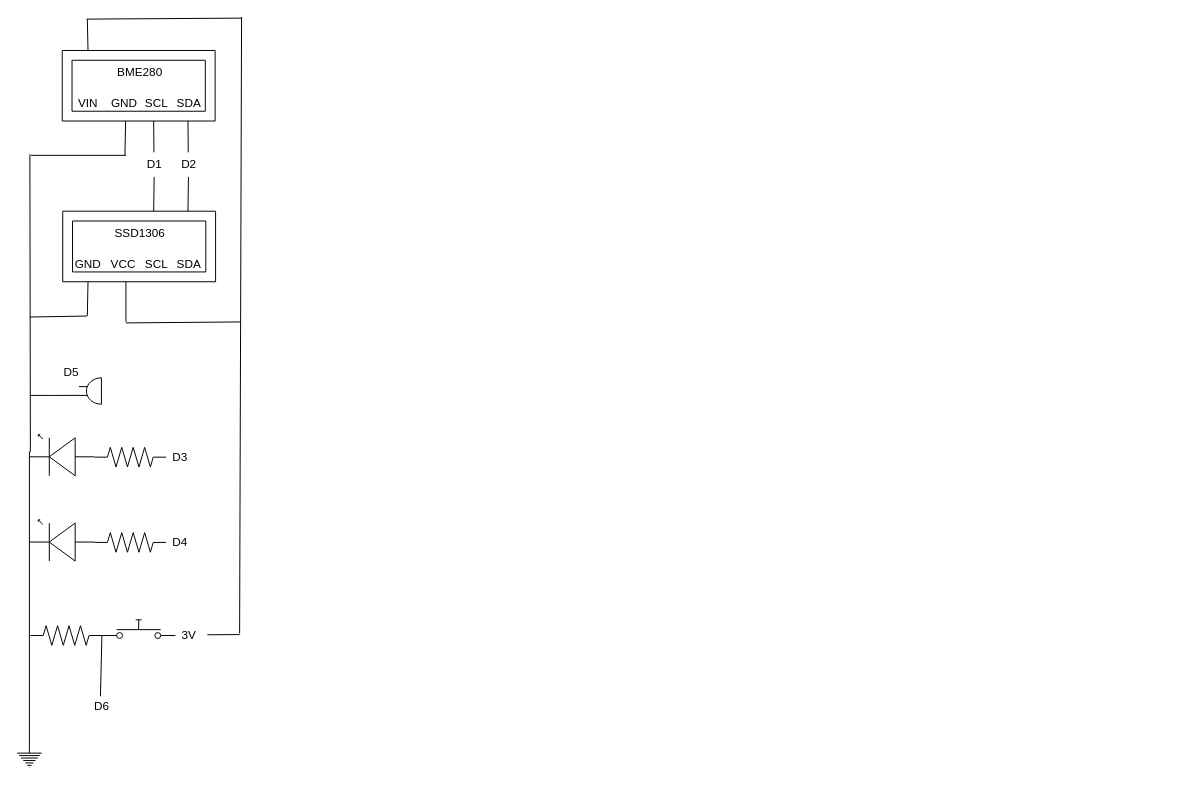
The draw.io diagram TP1_Thais.drawio in ThaisTassinari/Draw, before the edit. Source tidied: cells renumbered, new cells numbered last; positions are measured from the earlier drawing's top-left corner, leaving out a move shared by most shapes. Both pictures are drawn from the tidied source at 98%, with x=0, y=0 at pixel (17, 17).
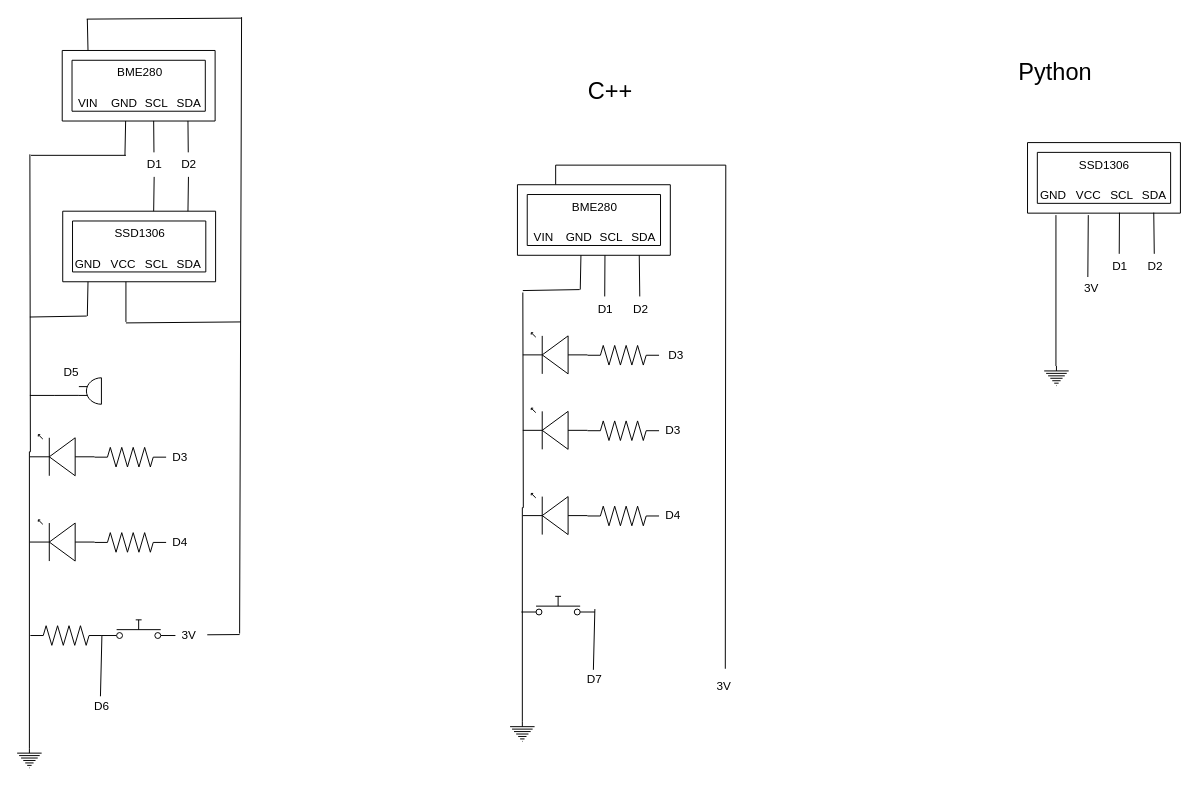
Above is the later version.

The edit, as a diff of the source:
```diff
@@
+    <mxCell id="46" style="verticalLabelPosition=bottom;shadow=0;dashed=0;align=center;html=1;verticalAlign=top;shape=mxgraph.electrical.resistors.resistor_2;" parent="1" vertex="1">
+      <mxGeometry x="582" y="412" width="73" height="20" as="geometry" />
+    </mxCell>
+    <mxCell id="47" style="verticalLabelPosition=bottom;shadow=0;dashed=0;align=center;html=1;verticalAlign=top;shape=mxgraph.electrical.resistors.resistor_2;" parent="1" vertex="1">
+      <mxGeometry x="582" y="499" width="73" height="20" as="geometry" />
+    </mxCell>
+    <mxCell id="48" style="edgeStyle=orthogonalEdgeStyle;rounded=0;jettySize=auto;html=1;endArrow=none;endFill=0;" parent="1" edge="1" source="49">
+      <mxGeometry relative="1" as="geometry">
+        <mxPoint x="516" y="281" as="targetPoint" />
+      </mxGeometry>
+    </mxCell>
+    <mxCell id="49" style="verticalLabelPosition=bottom;shadow=0;dashed=0;align=center;html=1;verticalAlign=top;shape=mxgraph.electrical.signal_sources.protective_earth;" parent="1" vertex="1">
+      <mxGeometry x="503" y="719" width="25" height="20" as="geometry" />
+    </mxCell>
+    <mxCell id="50" style="verticalLabelPosition=bottom;shadow=0;dashed=0;align=center;html=1;verticalAlign=top;shape=mxgraph.electrical.opto_electronics.led_1;flipH=1;" parent="1" vertex="1">
+      <mxGeometry x="516" y="399" width="66" height="42" as="geometry" />
+    </mxCell>
+    <mxCell id="51" style="verticalLabelPosition=bottom;shadow=0;dashed=0;align=center;html=1;verticalAlign=top;shape=mxgraph.electrical.opto_electronics.led_1;flipH=1;" parent="1" vertex="1">
+      <mxGeometry x="516" y="486" width="66" height="42" as="geometry" />
+    </mxCell>
+    <mxCell id="52" style="html=1;shape=mxgraph.electrical.electro-mechanical.pushbutton;elSwitchState=off;" parent="1" vertex="1">
+      <mxGeometry x="514.5" y="591" width="75" height="20" as="geometry" />
+    </mxCell>
+    <mxCell id="53" style="verticalLabelPosition=bottom;verticalAlign=top;html=1;shape=mxgraph.basic.frame;dx=10;whiteSpace=wrap;" parent="1" vertex="1">
+      <mxGeometry x="1031" y="128" width="156" height="72" as="geometry" />
+    </mxCell>
+    <mxCell id="54" value="SSD1306" style="text;html=1;align=center;verticalAlign=middle;strokeColor=none;fillColor=none;" parent="1" vertex="1">
+      <mxGeometry x="1074.5" y="138" width="69" height="26" as="geometry" />
+    </mxCell>
+    <mxCell id="55" value="GND" style="text;html=1;align=center;verticalAlign=middle;strokeColor=none;fillColor=none;" parent="1" vertex="1">
+      <mxGeometry x="1034" y="169" width="45" height="26" as="geometry" />
+    </mxCell>
+    <mxCell id="56" style="rounded=0;jettySize=auto;html=1;endArrow=none;endFill=0;entryX=0.41;entryY=0.045;entryDx=0;entryDy=0;entryPerimeter=0;" parent="1" edge="1" target="89">
+      <mxGeometry relative="1" as="geometry">
+        <mxPoint x="1093" y="202" as="sourcePoint" />
+      </mxGeometry>
+    </mxCell>
+    <mxCell id="57" value="VCC" style="text;html=1;align=center;verticalAlign=middle;strokeColor=none;fillColor=none;" parent="1" vertex="1">
+      <mxGeometry x="1071" y="169" width="43" height="26" as="geometry" />
+    </mxCell>
+    <mxCell id="58" value="SCL" style="text;html=1;align=center;verticalAlign=middle;strokeColor=none;fillColor=none;" parent="1" vertex="1">
+      <mxGeometry x="1106" y="169" width="41" height="26" as="geometry" />
+    </mxCell>
+    <mxCell id="59" value="SDA" style="text;html=1;align=center;verticalAlign=middle;strokeColor=none;fillColor=none;" parent="1" vertex="1">
+      <mxGeometry x="1138" y="169" width="43" height="26" as="geometry" />
+    </mxCell>
+    <mxCell id="60" style="edgeStyle=orthogonalEdgeStyle;rounded=0;jettySize=auto;html=1;exitX=0;exitY=0;exitDx=39;exitDy=0;exitPerimeter=0;endArrow=none;endFill=0;" parent="1" edge="1" source="61">
+      <mxGeometry relative="1" as="geometry">
+        <mxPoint x="722.6" y="664.9" as="targetPoint" />
+      </mxGeometry>
+    </mxCell>
+    <mxCell id="61" style="verticalLabelPosition=bottom;verticalAlign=top;html=1;shape=mxgraph.basic.frame;dx=10;whiteSpace=wrap;" parent="1" vertex="1">
+      <mxGeometry x="510.5" y="171" width="156" height="72" as="geometry" />
+    </mxCell>
+    <mxCell id="62" value="BME280" style="text;html=1;align=center;verticalAlign=middle;strokeColor=none;fillColor=none;" parent="1" vertex="1">
+      <mxGeometry x="557" y="181" width="64" height="26" as="geometry" />
+    </mxCell>
+    <mxCell id="63" value="VIN" style="text;html=1;align=center;verticalAlign=middle;strokeColor=none;fillColor=none;" parent="1" vertex="1">
+      <mxGeometry x="517.5" y="212" width="38" height="26" as="geometry" />
+    </mxCell>
+    <mxCell id="64" value="GND" style="text;html=1;align=center;verticalAlign=middle;strokeColor=none;fillColor=none;" parent="1" vertex="1">
+      <mxGeometry x="550.5" y="212" width="45" height="26" as="geometry" />
+    </mxCell>
+    <mxCell id="65" value="SCL" style="text;html=1;align=center;verticalAlign=middle;strokeColor=none;fillColor=none;" parent="1" vertex="1">
+      <mxGeometry x="585.5" y="212" width="41" height="26" as="geometry" />
+    </mxCell>
+    <mxCell id="66" value="SDA" style="text;html=1;align=center;verticalAlign=middle;strokeColor=none;fillColor=none;" parent="1" vertex="1">
+      <mxGeometry x="617.5" y="212" width="43" height="26" as="geometry" />
+    </mxCell>
+    <mxCell id="67" style="endArrow=none;html=1;rounded=0;" parent="1" edge="1">
+      <mxGeometry relative="1" as="geometry">
+        <mxPoint x="516" y="279" as="sourcePoint" />
+        <mxPoint x="574" y="278" as="targetPoint" />
+      </mxGeometry>
+    </mxCell>
+    <mxCell id="68" style="endArrow=none;html=1;rounded=0;entryX=1;entryY=0.5;entryDx=0;entryDy=0;entryPerimeter=0;" parent="1" edge="1">
+      <mxGeometry relative="1" as="geometry">
+        <mxPoint x="588" y="666" as="sourcePoint" />
+        <mxPoint x="589.5" y="604" as="targetPoint" />
+      </mxGeometry>
+    </mxCell>
+    <mxCell id="69" value="D7" style="text;html=1;align=center;verticalAlign=middle;strokeColor=none;fillColor=none;" parent="1" vertex="1">
+      <mxGeometry x="572" y="663" width="33" height="26" as="geometry" />
+    </mxCell>
+    <mxCell id="70" value="D4" style="text;html=1;align=center;verticalAlign=middle;strokeColor=none;fillColor=none;" parent="1" vertex="1">
+      <mxGeometry x="652" y="496" width="33" height="26" as="geometry" />
+    </mxCell>
+    <mxCell id="71" value="D3" style="text;html=1;align=center;verticalAlign=middle;strokeColor=none;fillColor=none;" parent="1" vertex="1">
+      <mxGeometry x="652" y="409" width="33" height="26" as="geometry" />
+    </mxCell>
+    <mxCell id="72" style="endArrow=none;html=1;rounded=0;" parent="1" edge="1" target="73">
+      <mxGeometry relative="1" as="geometry">
+        <mxPoint x="634.8" y="243" as="sourcePoint" />
+      </mxGeometry>
+    </mxCell>
+    <mxCell id="73" value="D2" style="text;html=1;align=center;verticalAlign=middle;points=[];strokeColor=none;fillColor=none;" parent="1" vertex="1">
+      <mxGeometry x="619" y="285" width="33" height="26" as="geometry" />
+    </mxCell>
+    <mxCell id="74" style="endArrow=none;html=1;rounded=0;" parent="1" edge="1" target="75">
+      <mxGeometry relative="1" as="geometry">
+        <mxPoint x="599.8" y="243" as="sourcePoint" />
+      </mxGeometry>
+    </mxCell>
+    <mxCell id="75" value="D1" style="text;html=1;align=center;verticalAlign=middle;points=[];strokeColor=none;fillColor=none;" parent="1" vertex="1">
+      <mxGeometry x="583" y="285" width="33" height="26" as="geometry" />
+    </mxCell>
+    <mxCell id="76" style="endArrow=none;html=1;rounded=0;" parent="1" edge="1">
+      <mxGeometry relative="1" as="geometry">
+        <mxPoint x="574.6" y="278" as="sourcePoint" />
+        <mxPoint x="575.3" y="243" as="targetPoint" />
+      </mxGeometry>
+    </mxCell>
+    <mxCell id="77" value="&lt;font style=&quot;font-size: 24px;&quot;&gt;Python&lt;/font&gt;" style="text;html=1;align=center;verticalAlign=middle;strokeColor=none;fillColor=none;" parent="1" vertex="1">
+      <mxGeometry x="1012" y="36.5" width="93" height="41" as="geometry" />
+    </mxCell>
+    <mxCell id="78" style="verticalLabelPosition=bottom;shadow=0;dashed=0;align=center;html=1;verticalAlign=top;shape=mxgraph.electrical.resistors.resistor_2;" parent="1" vertex="1">
+      <mxGeometry x="582" y="335" width="73" height="20" as="geometry" />
+    </mxCell>
+    <mxCell id="79" style="verticalLabelPosition=bottom;shadow=0;dashed=0;align=center;html=1;verticalAlign=top;shape=mxgraph.electrical.opto_electronics.led_1;flipH=1;" parent="1" vertex="1">
+      <mxGeometry x="516" y="322" width="66" height="42" as="geometry" />
+    </mxCell>
+    <mxCell id="80" value="D3" style="text;html=1;align=center;verticalAlign=middle;strokeColor=none;fillColor=none;" parent="1" vertex="1">
+      <mxGeometry x="655" y="332" width="33" height="26" as="geometry" />
+    </mxCell>
+    <mxCell id="81" value="3V" style="text;html=1;align=center;verticalAlign=middle;strokeColor=none;fillColor=none;" parent="1" vertex="1">
+      <mxGeometry x="704" y="670" width="33" height="26" as="geometry" />
+    </mxCell>
+    <mxCell id="82" value="&lt;font style=&quot;font-size: 24px;&quot;&gt;C++&lt;/font&gt;" style="text;html=1;align=center;verticalAlign=middle;strokeColor=none;fillColor=none;" parent="1" vertex="1">
+      <mxGeometry x="573" y="55" width="63" height="41" as="geometry" />
+    </mxCell>
+    <mxCell id="83" style="edgeStyle=orthogonalEdgeStyle;rounded=0;jettySize=auto;html=1;endArrow=none;endFill=0;" parent="1" edge="1" source="84">
+      <mxGeometry relative="1" as="geometry">
+        <mxPoint x="1060" y="202" as="targetPoint" />
+      </mxGeometry>
+    </mxCell>
+    <mxCell id="84" style="verticalLabelPosition=bottom;shadow=0;dashed=0;align=center;html=1;verticalAlign=top;shape=mxgraph.electrical.signal_sources.protective_earth;" parent="1" vertex="1">
+      <mxGeometry x="1048" y="356" width="25" height="20" as="geometry" />
+    </mxCell>
+    <mxCell id="85" style="endArrow=none;html=1;rounded=0;" parent="1" edge="1" target="86">
+      <mxGeometry relative="1" as="geometry">
+        <mxPoint x="1159.8" y="199.5" as="sourcePoint" />
+      </mxGeometry>
+    </mxCell>
+    <mxCell id="86" value="D2" style="text;html=1;align=center;verticalAlign=middle;points=[];strokeColor=none;fillColor=none;" parent="1" vertex="1">
+      <mxGeometry x="1144" y="241.5" width="33" height="26" as="geometry" />
+    </mxCell>
+    <mxCell id="87" style="endArrow=none;html=1;rounded=0;" parent="1" edge="1" target="88">
+      <mxGeometry relative="1" as="geometry">
+        <mxPoint x="1124.8" y="199.5" as="sourcePoint" />
+      </mxGeometry>
+    </mxCell>
+    <mxCell id="88" value="D1" style="text;html=1;align=center;verticalAlign=middle;points=[];strokeColor=none;fillColor=none;" parent="1" vertex="1">
+      <mxGeometry x="1108" y="241.5" width="33" height="26" as="geometry" />
+    </mxCell>
+    <mxCell id="89" value="3V" style="text;html=1;align=center;verticalAlign=middle;points=[];strokeColor=none;fillColor=none;" parent="1" vertex="1">
+      <mxGeometry x="1079" y="264" width="33" height="26" as="geometry" />
+    </mxCell>
```
